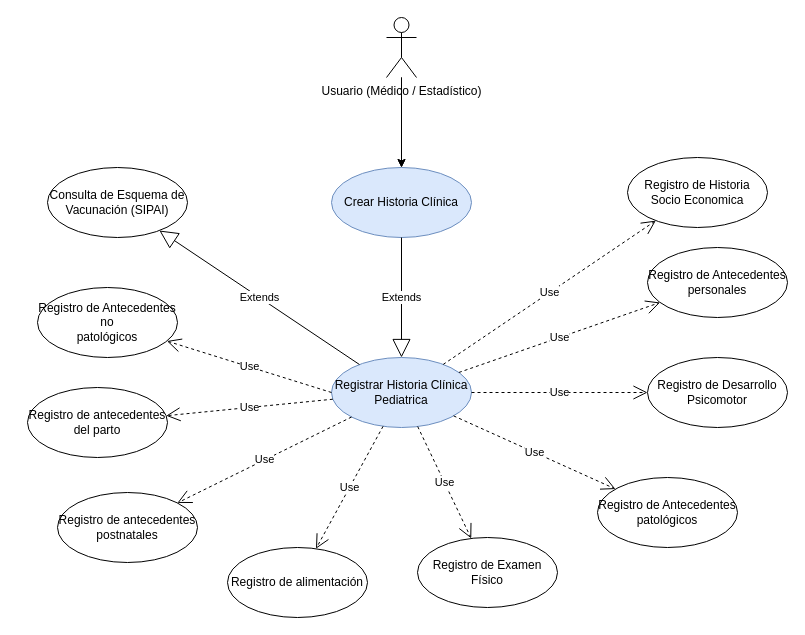
Above: page "CU Pediatrica" (5 of 14) of Diagramas de los Módulos.drawio in marguello86/Equipo1_MINSA (draw.io), before the change. Source tidied: cells renumbered, new cells numbered last; positions are measured from the earlier drawing's top-left corner, leaving out a move shared by most shapes. Both pictures are drawn from the tidied source at 100%, with x=0, y=0 at pixel (27, 17).
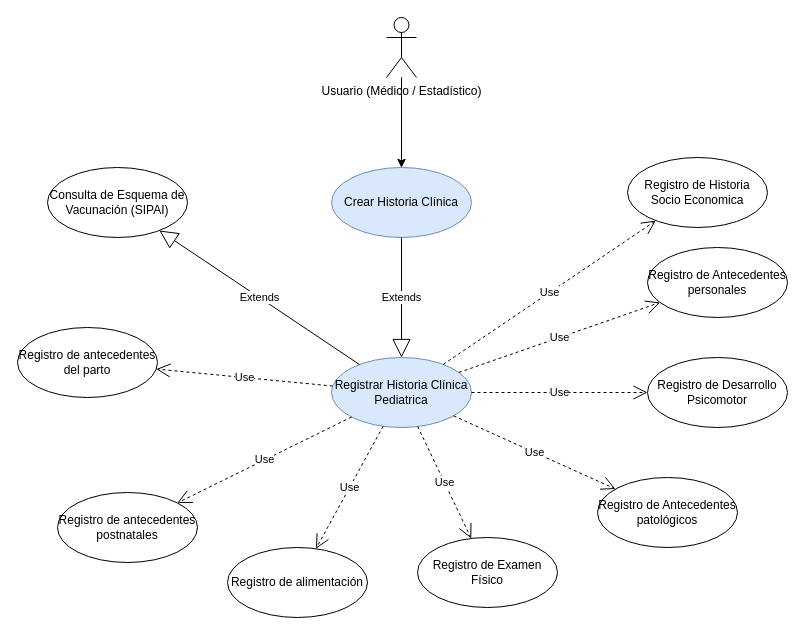
Above is the later version.

The change refers to these unchanged cells:
```xml
<mxCell id="3" value="Registrar Historia Clínica Pediatrica" style="ellipse;whiteSpace=wrap;html=1;fillColor=#dae8fc;strokeColor=#6c8ebf;" parent="1" vertex="1">
  <mxGeometry x="304" y="340" width="140" height="70" as="geometry" />
</mxCell>
```

The edit, as a diff of the source:
```diff
@@
     <mxCell id="5" value="Registro de antecedentes del parto" style="ellipse;whiteSpace=wrap;html=1;" parent="1" vertex="1">
-      <mxGeometry y="370" width="140" height="70" as="geometry" />
+      <mxGeometry x="-10" y="310" width="140" height="70" as="geometry" />
     </mxCell>
@@
-    <mxCell id="10" value="Registro de Antecedentes no &lt;br&gt;patológicos" style="ellipse;whiteSpace=wrap;html=1;" parent="1" vertex="1">
-      <mxGeometry x="10" y="270" width="140" height="70" as="geometry" />
-    </mxCell>
@@
-    <mxCell id="15" value="Use" style="endArrow=open;endSize=12;dashed=1;html=1;rounded=0;exitX=0;exitY=0.5;exitDx=0;exitDy=0;" parent="1" edge="1" source="3" target="10">
-      <mxGeometry relative="1" as="geometry" />
-    </mxCell>
```
